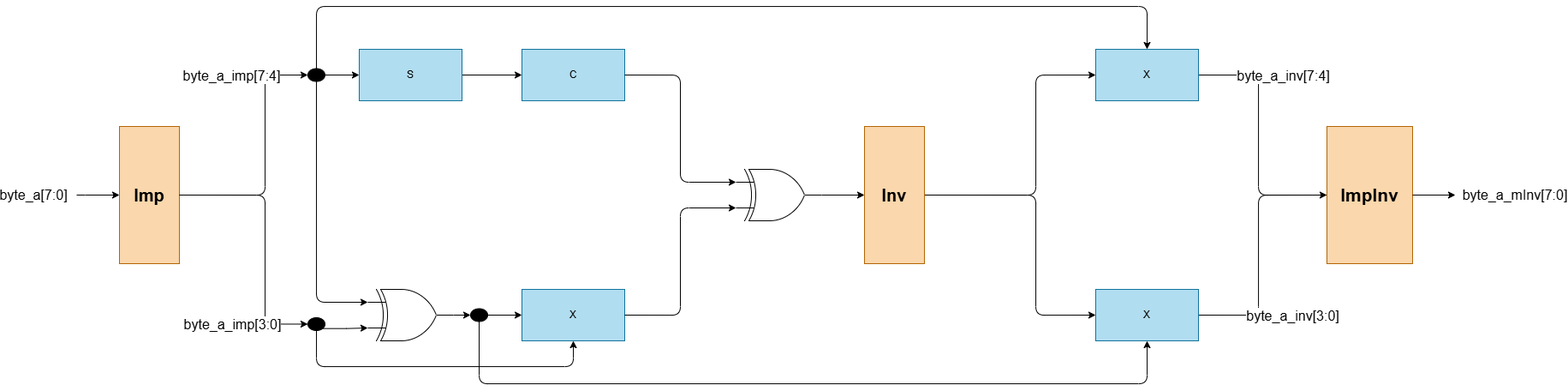
Earlier version of the draw.io export media/NghichDaoNhanGF28.png (LQLManZz/AES128-Verilog). Source tidied: cells renumbered, new cells last; positions are measured from the earlier drawing's top-left corner, leaving out a move shared by most shapes.
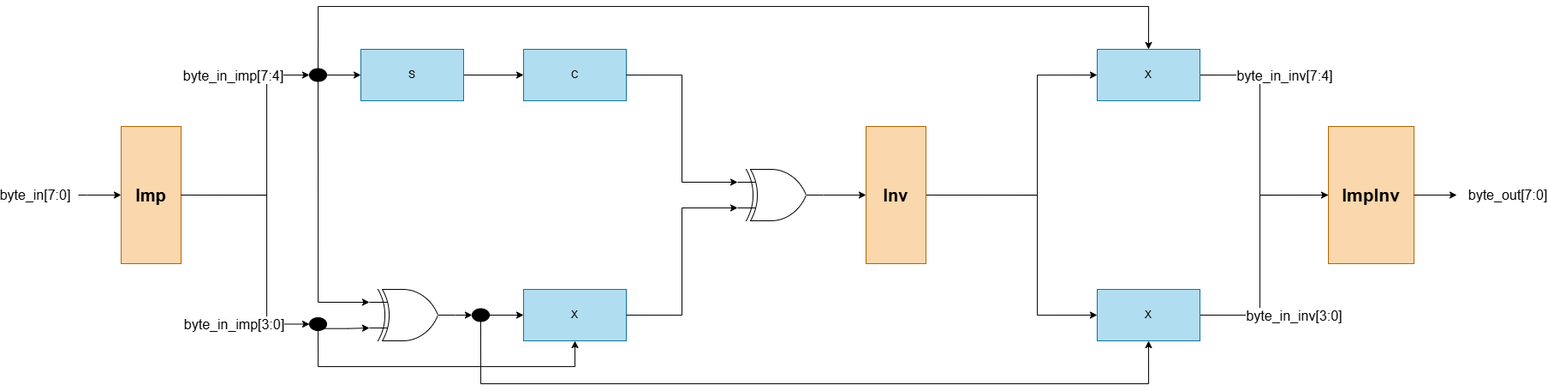
The same file after the commit.

The edit, as a diff of the source:
```diff
@@ -29,7 +29,7 @@
     <mxCell id="10" style="verticalLabelPosition=bottom;shadow=0;dashed=0;align=center;html=1;verticalAlign=top;shape=mxgraph.electrical.logic_gates.logic_gate;operation=xor;" parent="1" vertex="1">
       <mxGeometry x="850" y="190" width="100" height="60" as="geometry" />
     </mxCell>
-    <mxCell id="11" style="edgeStyle=orthogonalEdgeStyle;rounded=1;jettySize=auto;html=1;exitX=1;exitY=0.5;exitDx=0;exitDy=0;entryX=0;entryY=0.5;entryDx=0;entryDy=0;curved=0;" parent="1" edge="1" source="13" target="16">
+    <mxCell id="11" style="edgeStyle=orthogonalEdgeStyle;rounded=0;jettySize=auto;html=1;exitX=1;exitY=0.5;exitDx=0;exitDy=0;entryX=0;entryY=0.5;entryDx=0;entryDy=0;curved=0;" parent="1" edge="1" source="13" target="16">
       <mxGeometry relative="1" as="geometry">
         <Array as="points">
           <mxPoint x="1200" y="220" />
@@ -37,7 +37,7 @@
         </Array>
       </mxGeometry>
     </mxCell>
-    <mxCell id="12" style="edgeStyle=orthogonalEdgeStyle;rounded=1;jettySize=auto;html=1;exitX=1;exitY=0.5;exitDx=0;exitDy=0;entryX=0;entryY=0.5;entryDx=0;entryDy=0;curved=0;" parent="1" edge="1" source="13" target="19">
+    <mxCell id="12" style="edgeStyle=orthogonalEdgeStyle;rounded=0;jettySize=auto;html=1;exitX=1;exitY=0.5;exitDx=0;exitDy=0;entryX=0;entryY=0.5;entryDx=0;entryDy=0;curved=0;" parent="1" edge="1" source="13" target="19">
       <mxGeometry relative="1" as="geometry">
         <Array as="points">
           <mxPoint x="1200" y="220" />
@@ -48,7 +48,7 @@
     <mxCell id="13" value="&lt;font style=&quot;font-size: 20px;&quot;&gt;&lt;b&gt;Inv&lt;/b&gt;&lt;/font&gt;" style="rounded=0;whiteSpace=wrap;html=1;fillColor=#fad7ac;strokeColor=#b46504;" parent="1" vertex="1">
       <mxGeometry x="1000" y="140" width="70" height="160" as="geometry" />
     </mxCell>
-    <mxCell id="14" style="edgeStyle=orthogonalEdgeStyle;rounded=1;jettySize=auto;html=1;exitX=1;exitY=0.5;exitDx=0;exitDy=0;entryX=0;entryY=0.5;entryDx=0;entryDy=0;curved=0;" parent="1" edge="1" source="16" target="21">
+    <mxCell id="14" style="edgeStyle=orthogonalEdgeStyle;rounded=0;jettySize=auto;html=1;exitX=1;exitY=0.5;exitDx=0;exitDy=0;entryX=0;entryY=0.5;entryDx=0;entryDy=0;curved=0;" parent="1" edge="1" source="16" target="21">
       <mxGeometry relative="1" as="geometry">
         <Array as="points">
           <mxPoint x="1460" y="80" />
@@ -56,7 +56,7 @@
         </Array>
       </mxGeometry>
     </mxCell>
-    <mxCell id="15" value="&lt;font style=&quot;font-size: 16px;&quot;&gt;byte_a_inv&lt;/font&gt;&lt;span style=&quot;font-size: 16px; background-color: light-dark(#ffffff, var(--ge-dark-color, #191919)); color: light-dark(rgb(0, 0, 0), rgb(255, 255, 255));&quot;&gt;[7:4]&lt;/span&gt;" style="edgeLabel;html=1;align=center;verticalAlign=middle;" parent="14" vertex="1">
+    <mxCell id="15" value="&lt;font style=&quot;font-size: 16px;&quot;&gt;byte_in_inv&lt;/font&gt;&lt;span style=&quot;font-size: 16px; background-color: light-dark(#ffffff, var(--ge-dark-color, #191919)); color: light-dark(rgb(0, 0, 0), rgb(255, 255, 255));&quot;&gt;[7:4]&lt;/span&gt;" style="edgeLabel;html=1;align=center;verticalAlign=middle;" parent="14" vertex="1">
       <mxGeometry x="-0.65" relative="1" as="geometry">
         <mxPoint x="48" as="offset" />
       </mxGeometry>
@@ -64,7 +64,7 @@
     <mxCell id="16" value="X" style="rounded=0;whiteSpace=wrap;html=1;fillColor=#b1ddf0;strokeColor=#10739e;" parent="1" vertex="1">
       <mxGeometry x="1270" y="50" width="120" height="60" as="geometry" />
     </mxCell>
-    <mxCell id="17" style="edgeStyle=orthogonalEdgeStyle;rounded=1;jettySize=auto;html=1;exitX=1;exitY=0.5;exitDx=0;exitDy=0;curved=0;" parent="1" edge="1" source="19">
+    <mxCell id="17" style="edgeStyle=orthogonalEdgeStyle;rounded=0;jettySize=auto;html=1;exitX=1;exitY=0.5;exitDx=0;exitDy=0;curved=0;" parent="1" edge="1" source="19">
       <mxGeometry relative="1" as="geometry">
         <mxPoint x="1550" y="220" as="targetPoint" />
         <Array as="points">
@@ -73,7 +73,7 @@
         </Array>
       </mxGeometry>
     </mxCell>
-    <mxCell id="18" value="&lt;span style=&quot;font-size: 16px;&quot;&gt;byte_a_inv[3:0]&lt;/span&gt;" style="edgeLabel;html=1;align=center;verticalAlign=middle;" parent="17" vertex="1">
+    <mxCell id="18" value="&lt;span style=&quot;font-size: 16px;&quot;&gt;byte_in_inv[3:0]&lt;/span&gt;" style="edgeLabel;html=1;align=center;verticalAlign=middle;" parent="17" vertex="1">
       <mxGeometry x="-0.61" relative="1" as="geometry">
         <mxPoint x="51" as="offset" />
       </mxGeometry>
@@ -92,10 +92,10 @@
         <mxPoint x="1690" y="220" as="targetPoint" />
       </mxGeometry>
     </mxCell>
-    <mxCell id="23" style="edgeStyle=orthogonalEdgeStyle;rounded=1;jettySize=auto;html=1;exitX=1;exitY=0.5;exitDx=0;exitDy=0;entryX=0;entryY=0.25;entryDx=0;entryDy=0;entryPerimeter=0;curved=0;" parent="1" edge="1" source="8" target="10">
+    <mxCell id="23" style="edgeStyle=orthogonalEdgeStyle;rounded=0;jettySize=auto;html=1;exitX=1;exitY=0.5;exitDx=0;exitDy=0;entryX=0;entryY=0.25;entryDx=0;entryDy=0;entryPerimeter=0;curved=0;" parent="1" edge="1" source="8" target="10">
       <mxGeometry relative="1" as="geometry" />
     </mxCell>
-    <mxCell id="24" style="edgeStyle=orthogonalEdgeStyle;rounded=1;jettySize=auto;html=1;exitX=1;exitY=0.5;exitDx=0;exitDy=0;entryX=0;entryY=0.75;entryDx=0;entryDy=0;entryPerimeter=0;curved=0;" parent="1" edge="1" source="20" target="10">
+    <mxCell id="24" style="edgeStyle=orthogonalEdgeStyle;rounded=0;jettySize=auto;html=1;exitX=1;exitY=0.5;exitDx=0;exitDy=0;entryX=0;entryY=0.75;entryDx=0;entryDy=0;entryPerimeter=0;curved=0;" parent="1" edge="1" source="20" target="10">
       <mxGeometry relative="1" as="geometry" />
     </mxCell>
     <mxCell id="25" style="endArrow=classic;html=1;rounded=0;entryX=0;entryY=0.5;entryDx=0;entryDy=0;" parent="1" edge="1" target="3">
@@ -106,19 +106,19 @@
         </Array>
       </mxGeometry>
     </mxCell>
-    <mxCell id="26" style="edgeStyle=orthogonalEdgeStyle;rounded=1;jettySize=auto;html=1;exitX=1;exitY=0.5;exitDx=0;exitDy=0;entryX=0;entryY=0.5;entryDx=0;entryDy=0;curved=0;" parent="1" edge="1" source="3" target="29">
+    <mxCell id="26" style="edgeStyle=orthogonalEdgeStyle;rounded=0;jettySize=auto;html=1;exitX=1;exitY=0.5;exitDx=0;exitDy=0;entryX=0;entryY=0.5;entryDx=0;entryDy=0;curved=0;" parent="1" edge="1" source="3" target="29">
       <mxGeometry relative="1" as="geometry">
         <Array as="points">
           <mxPoint x="300" y="220" />
         </Array>
       </mxGeometry>
     </mxCell>
-    <mxCell id="27" value="&lt;span style=&quot;font-size: 16px;&quot;&gt;byte_a_imp[7:4]&lt;/span&gt;" style="edgeLabel;html=1;align=center;verticalAlign=middle;" parent="26" vertex="1">
+    <mxCell id="27" value="&lt;span style=&quot;font-size: 16px;&quot;&gt;byte_in_imp[7:4]&lt;/span&gt;" style="edgeLabel;html=1;align=center;verticalAlign=middle;" parent="26" vertex="1">
       <mxGeometry x="0.79" y="-1" relative="1" as="geometry">
         <mxPoint x="-60" y="-1" as="offset" />
       </mxGeometry>
     </mxCell>
-    <mxCell id="28" style="edgeStyle=orthogonalEdgeStyle;rounded=1;jettySize=auto;html=1;exitX=0.5;exitY=0;exitDx=0;exitDy=0;entryX=0.5;entryY=0;entryDx=0;entryDy=0;curved=0;" parent="1" edge="1" source="29" target="16">
+    <mxCell id="28" style="edgeStyle=orthogonalEdgeStyle;rounded=0;jettySize=auto;html=1;exitX=0.5;exitY=0;exitDx=0;exitDy=0;entryX=0.5;entryY=0;entryDx=0;entryDy=0;curved=0;" parent="1" edge="1" source="29" target="16">
       <mxGeometry relative="1" as="geometry">
         <Array as="points">
           <mxPoint x="360" />
@@ -129,10 +129,10 @@
     <mxCell id="29" style="ellipse;fillColor=strokeColor;html=1;" parent="1" vertex="1">
       <mxGeometry x="350" y="72.5" width="20" height="15" as="geometry" />
     </mxCell>
-    <mxCell id="30" style="edgeStyle=orthogonalEdgeStyle;rounded=1;jettySize=auto;html=1;exitX=0.5;exitY=1;exitDx=0;exitDy=0;entryX=0;entryY=0.25;entryDx=0;entryDy=0;entryPerimeter=0;curved=0;" parent="1" edge="1" source="29" target="7">
+    <mxCell id="30" style="edgeStyle=orthogonalEdgeStyle;rounded=0;jettySize=auto;html=1;exitX=0.5;exitY=1;exitDx=0;exitDy=0;entryX=0;entryY=0.25;entryDx=0;entryDy=0;entryPerimeter=0;curved=0;" parent="1" edge="1" source="29" target="7">
       <mxGeometry relative="1" as="geometry" />
     </mxCell>
-    <mxCell id="31" style="edgeStyle=orthogonalEdgeStyle;rounded=1;jettySize=auto;html=1;exitX=1;exitY=0.5;exitDx=0;exitDy=0;curved=0;entryX=0;entryY=0.5;entryDx=0;entryDy=0;" parent="1" edge="1" source="3" target="34">
+    <mxCell id="31" style="edgeStyle=orthogonalEdgeStyle;rounded=0;jettySize=auto;html=1;exitX=1;exitY=0.5;exitDx=0;exitDy=0;curved=0;entryX=0;entryY=0.5;entryDx=0;entryDy=0;" parent="1" edge="1" source="3" target="34">
       <mxGeometry relative="1" as="geometry">
         <Array as="points">
           <mxPoint x="300" y="220" />
@@ -140,12 +140,12 @@
         </Array>
       </mxGeometry>
     </mxCell>
-    <mxCell id="32" value="&lt;span style=&quot;font-size: 16px;&quot;&gt;byte_a_imp[3:0]&lt;/span&gt;" style="edgeLabel;html=1;align=center;verticalAlign=middle;" parent="31" vertex="1">
+    <mxCell id="32" value="&lt;span style=&quot;font-size: 16px;&quot;&gt;byte_in_imp[3:0]&lt;/span&gt;" style="edgeLabel;html=1;align=center;verticalAlign=middle;" parent="31" vertex="1">
       <mxGeometry x="0.8" y="2" relative="1" as="geometry">
         <mxPoint x="-59" y="2" as="offset" />
       </mxGeometry>
     </mxCell>
-    <mxCell id="33" style="edgeStyle=orthogonalEdgeStyle;rounded=1;jettySize=auto;html=1;exitX=0.5;exitY=1;exitDx=0;exitDy=0;entryX=0.5;entryY=1;entryDx=0;entryDy=0;curved=0;" parent="1" edge="1" source="34" target="20">
+    <mxCell id="33" style="edgeStyle=orthogonalEdgeStyle;rounded=0;jettySize=auto;html=1;exitX=0.5;exitY=1;exitDx=0;exitDy=0;entryX=0.5;entryY=1;entryDx=0;entryDy=0;curved=0;" parent="1" edge="1" source="34" target="20">
       <mxGeometry relative="1" as="geometry">
         <Array as="points">
           <mxPoint x="360" y="420" />
@@ -162,7 +162,7 @@
     <mxCell id="36" style="edgeStyle=orthogonalEdgeStyle;rounded=0;jettySize=auto;html=1;exitX=1;exitY=0.5;exitDx=0;exitDy=0;exitPerimeter=0;entryX=0;entryY=0.5;entryDx=0;entryDy=0;" parent="1" edge="1" source="7" target="38">
       <mxGeometry relative="1" as="geometry" />
     </mxCell>
-    <mxCell id="37" style="edgeStyle=orthogonalEdgeStyle;rounded=1;jettySize=auto;html=1;exitX=0.5;exitY=1;exitDx=0;exitDy=0;entryX=0.5;entryY=1;entryDx=0;entryDy=0;curved=0;" parent="1" edge="1" source="38" target="19">
+    <mxCell id="37" style="edgeStyle=orthogonalEdgeStyle;rounded=0;jettySize=auto;html=1;exitX=0.5;exitY=1;exitDx=0;exitDy=0;entryX=0.5;entryY=1;entryDx=0;entryDy=0;curved=0;" parent="1" edge="1" source="38" target="19">
       <mxGeometry relative="1" as="geometry">
         <Array as="points">
           <mxPoint x="550" y="440" />
@@ -173,10 +173,10 @@
     <mxCell id="38" style="ellipse;fillColor=strokeColor;html=1;" parent="1" vertex="1">
       <mxGeometry x="540" y="352.5" width="20" height="15" as="geometry" />
     </mxCell>
-    <mxCell id="39" value="&lt;span style=&quot;font-size: 16px; white-space: nowrap;&quot;&gt;byte_a_mInv[7:0]&lt;/span&gt;" style="text;html=1;whiteSpace=wrap;strokeColor=none;fillColor=none;align=center;verticalAlign=middle;rounded=0;" parent="1" vertex="1">
-      <mxGeometry x="1730" y="205" width="60" height="30" as="geometry" />
+    <mxCell id="39" value="&lt;span style=&quot;font-size: 16px; white-space: nowrap;&quot;&gt;byte_out[7:0]&lt;/span&gt;" style="text;html=1;whiteSpace=wrap;strokeColor=none;fillColor=none;align=center;verticalAlign=middle;rounded=0;" parent="1" vertex="1">
+      <mxGeometry x="1720" y="205" width="60" height="30" as="geometry" />
     </mxCell>
-    <mxCell id="40" value="&lt;span style=&quot;font-size: 16px; white-space: nowrap;&quot;&gt;byte_a[7:0]&lt;/span&gt;" style="text;html=1;whiteSpace=wrap;strokeColor=none;fillColor=none;align=center;verticalAlign=middle;rounded=0;" parent="1" vertex="1">
+    <mxCell id="40" value="&lt;span style=&quot;font-size: 16px; white-space: nowrap;&quot;&gt;byte_in[7:0]&lt;/span&gt;" style="text;html=1;whiteSpace=wrap;strokeColor=none;fillColor=none;align=center;verticalAlign=middle;rounded=0;" parent="1" vertex="1">
       <mxGeometry y="205" width="60" height="30" as="geometry" />
     </mxCell>
   </root>
```
